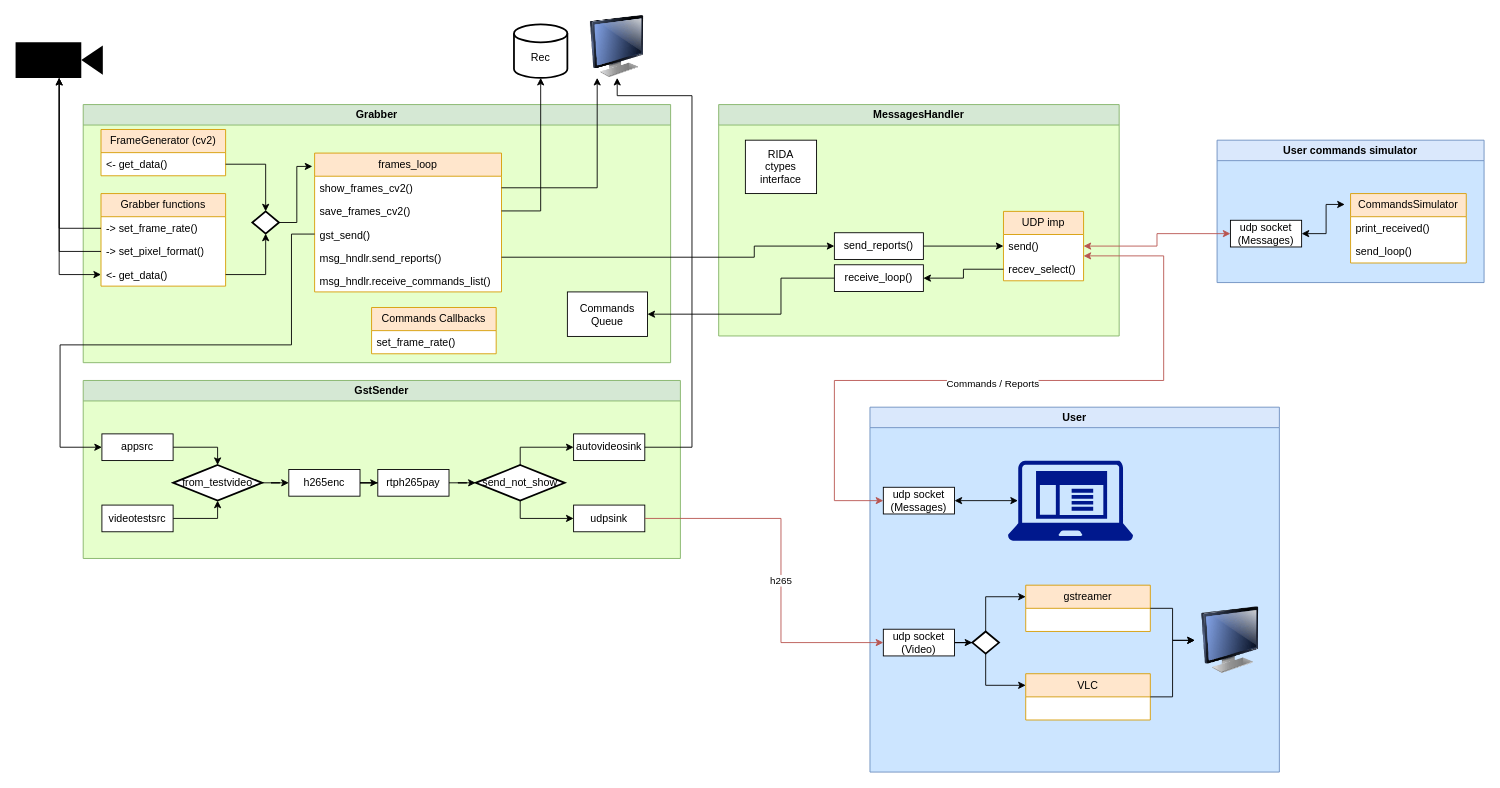
Earlier version of the draw.io diagram doc/diagram.drawio (serbuh/gige_capture). Source tidied: cells renumbered, new cells numbered last; positions are measured from the earlier drawing's top-left corner, leaving out a move shared by most shapes. Both pictures are drawn from the tidied source at 89%, with x=0, y=0 at pixel (15, 15).
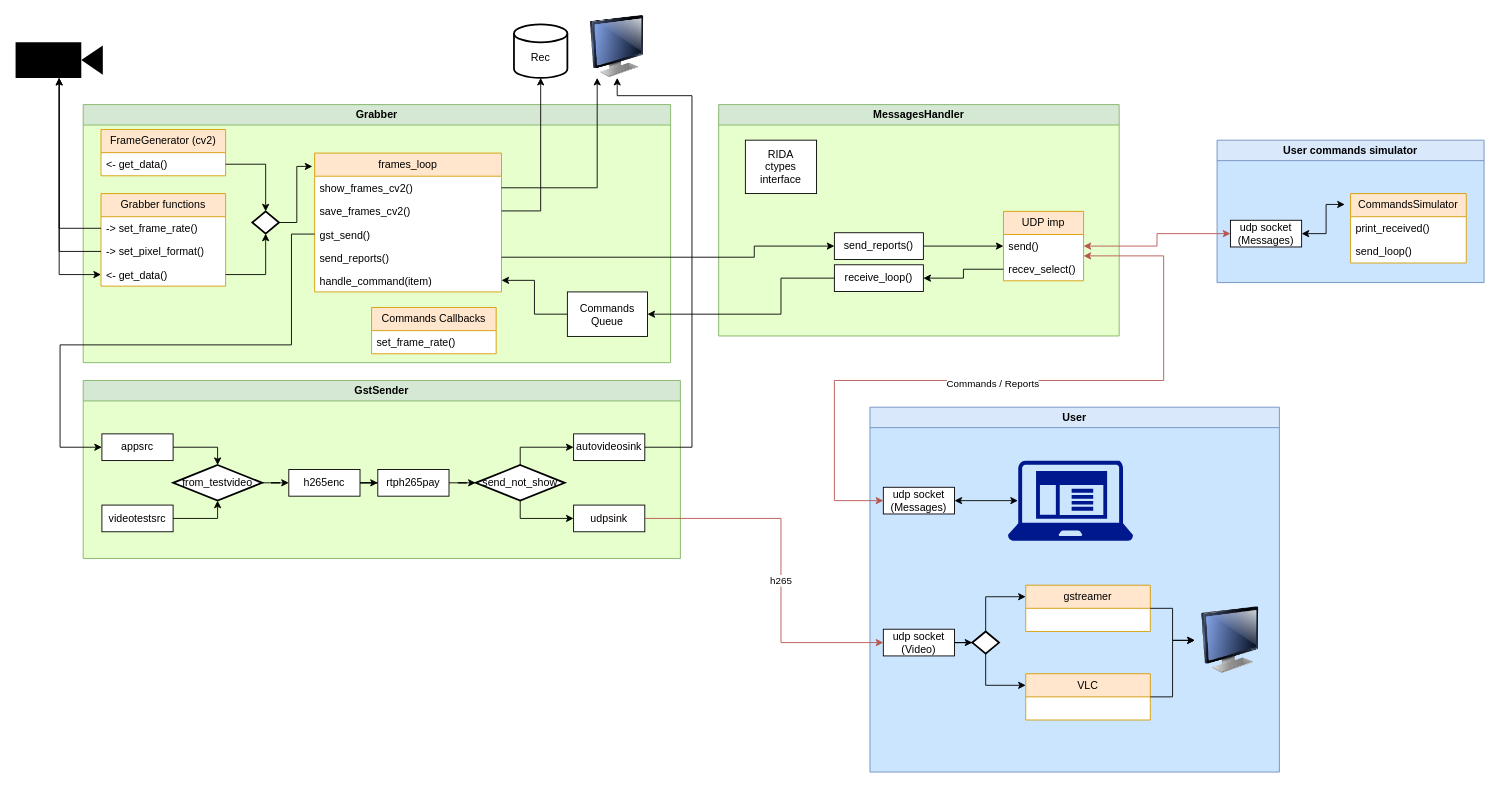
The same diagram, later.

Commit message (it also covers changes not shown here):
WIP on parsing commands

The change refers to these unchanged cells:
```xml
<mxCell id="2" value="Grabber" style="swimlane;whiteSpace=wrap;html=1;comic=0;noLabel=0;swimlaneFillColor=#E6FFCC;fillColor=#d5e8d4;strokeColor=#82b366;" parent="1" vertex="1">
  <mxGeometry x="76" y="100" width="660" height="290" as="geometry" />
</mxCell>
<mxCell id="13" value="frames_loop" style="swimlane;fontStyle=0;horizontal=1;startSize=26;fillColor=#ffe6cc;whiteSpace=wrap;html=1;strokeColor=#d79b00;swimlaneFillColor=default;" parent="2" vertex="1">
  <mxGeometry x="260" y="54.5" width="210" height="156" as="geometry" />
</mxCell>
<mxCell id="21" value="Commands&lt;br&gt;Queue" style="rounded=0;whiteSpace=wrap;html=1;" parent="2" vertex="1">
  <mxGeometry x="544" y="210.5" width="90" height="50" as="geometry" />
</mxCell>
```

What changed in the source:
```diff
@@
-    <mxCell id="17" value="msg_hndlr.send_reports()" style="text;strokeColor=none;fillColor=none;align=left;verticalAlign=top;spacingLeft=4;spacingRight=4;overflow=hidden;points=[[0,0.5],[1,0.5]];portConstraint=eastwest;whiteSpace=wrap;html=1;" parent="13" vertex="1">
+    <mxCell id="17" value="send_reports()" style="text;strokeColor=none;fillColor=none;align=left;verticalAlign=top;spacingLeft=4;spacingRight=4;overflow=hidden;points=[[0,0.5],[1,0.5]];portConstraint=eastwest;whiteSpace=wrap;html=1;" parent="13" vertex="1">
       <mxGeometry y="104" width="210" height="26" as="geometry" />
     </mxCell>
-    <mxCell id="18" value="msg_hndlr.receive_commands_list()" style="text;strokeColor=none;fillColor=none;align=left;verticalAlign=top;spacingLeft=4;spacingRight=4;overflow=hidden;points=[[0,0.5],[1,0.5]];portConstraint=eastwest;whiteSpace=wrap;html=1;" parent="13" vertex="1">
+    <mxCell id="18" value="handle_command(item)" style="text;strokeColor=none;fillColor=none;align=left;verticalAlign=top;spacingLeft=4;spacingRight=4;overflow=hidden;points=[[0,0.5],[1,0.5]];portConstraint=eastwest;whiteSpace=wrap;html=1;" parent="13" vertex="1">
       <mxGeometry y="130" width="210" height="26" as="geometry" />
     </mxCell>
@@
+    <mxCell id="84" style="edgeStyle=orthogonalEdgeStyle;rounded=0;jettySize=auto;html=1;" parent="2" edge="1" source="21" target="18">
+      <mxGeometry relative="1" as="geometry" />
+    </mxCell>
```
